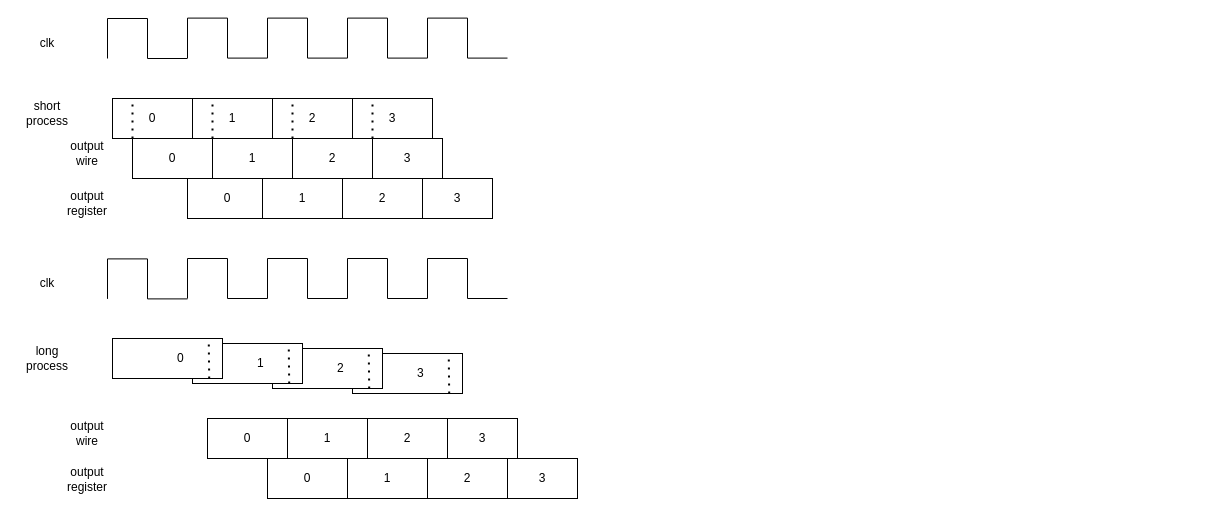
Before: page "Ilustrasi register" (4 of 4) of intelight.drawio in zulfikarna/intelight, a draw.io diagram. Source tidied: cells renumbered, new cells numbered last; positions are measured from the earlier drawing's top-left corner, leaving out a move shared by most shapes. Both pictures are drawn from the tidied source at 100%, with x=0, y=0 at pixel (17, 18).
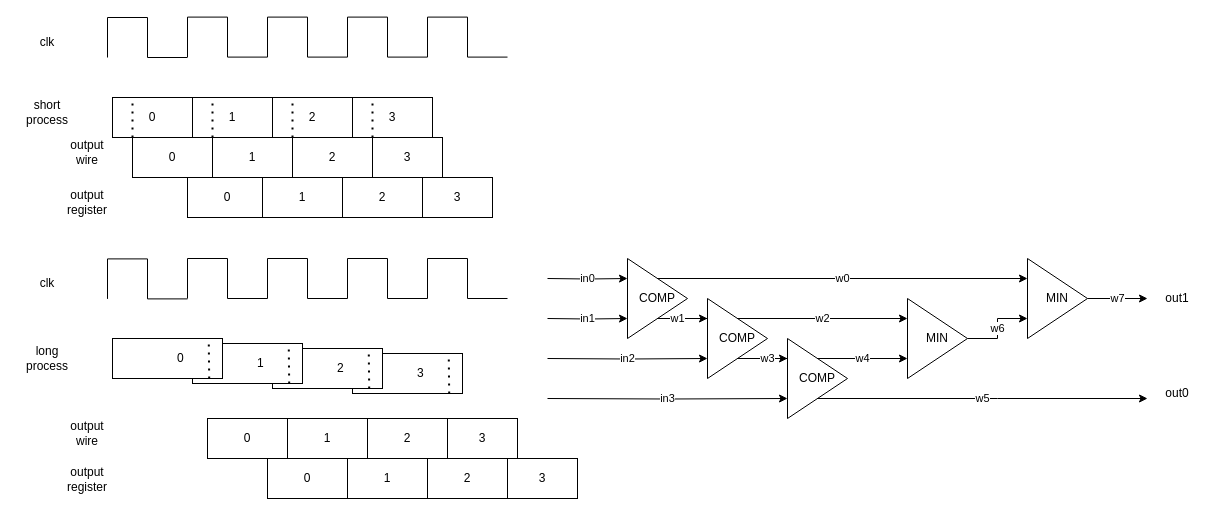
The same page after the edit.

What changed in the source:
```diff
@@
     <mxCell id="5" value="clk" style="text;html=1;strokeColor=none;fillColor=none;align=center;verticalAlign=middle;whiteSpace=wrap;rounded=0;" parent="1" vertex="1">
-      <mxGeometry y="10" width="60" height="30" as="geometry" />
+      <mxGeometry y="9" width="60" height="30" as="geometry" />
     </mxCell>
     <mxCell id="6" style="endArrow=none;html=1;rounded=0;" parent="1" edge="1">
       <mxGeometry relative="1" as="geometry">
-        <mxPoint x="90" y="40" as="sourcePoint" />
-        <mxPoint x="90" as="targetPoint" />
+        <mxPoint x="90" y="39" as="sourcePoint" />
+        <mxPoint x="90" y="-1" as="targetPoint" />
       </mxGeometry>
     </mxCell>
     <mxCell id="7" style="endArrow=none;html=1;rounded=0;" parent="1" edge="1">
       <mxGeometry relative="1" as="geometry">
-        <mxPoint x="90" as="sourcePoint" />
-        <mxPoint x="130" as="targetPoint" />
+        <mxPoint x="90" y="-1" as="sourcePoint" />
+        <mxPoint x="130" y="-1" as="targetPoint" />
       </mxGeometry>
     </mxCell>
     <mxCell id="8" style="endArrow=none;html=1;rounded=0;" parent="1" edge="1">
       <mxGeometry relative="1" as="geometry">
-        <mxPoint x="130" y="40" as="sourcePoint" />
-        <mxPoint x="130" as="targetPoint" />
+        <mxPoint x="130" y="39" as="sourcePoint" />
+        <mxPoint x="130" y="-1" as="targetPoint" />
       </mxGeometry>
     </mxCell>
     <mxCell id="9" style="endArrow=none;html=1;rounded=0;" parent="1" edge="1">
       <mxGeometry relative="1" as="geometry">
-        <mxPoint x="130" y="40" as="sourcePoint" />
-        <mxPoint x="170" y="40" as="targetPoint" />
+        <mxPoint x="130" y="39" as="sourcePoint" />
+        <mxPoint x="170" y="39" as="targetPoint" />
       </mxGeometry>
     </mxCell>
     <mxCell id="10" style="endArrow=none;html=1;rounded=0;" parent="1" edge="1">
       <mxGeometry relative="1" as="geometry">
-        <mxPoint x="170" y="39.6" as="sourcePoint" />
-        <mxPoint x="170" y="-0.4" as="targetPoint" />
+        <mxPoint x="170" y="38.6" as="sourcePoint" />
+        <mxPoint x="170" y="-1.4" as="targetPoint" />
       </mxGeometry>
     </mxCell>
     <mxCell id="11" style="endArrow=none;html=1;rounded=0;" parent="1" edge="1">
       <mxGeometry relative="1" as="geometry">
-        <mxPoint x="170" y="-0.4" as="sourcePoint" />
-        <mxPoint x="210" y="-0.4" as="targetPoint" />
+        <mxPoint x="170" y="-1.4" as="sourcePoint" />
+        <mxPoint x="210" y="-1.4" as="targetPoint" />
       </mxGeometry>
     </mxCell>
     <mxCell id="12" style="endArrow=none;html=1;rounded=0;" parent="1" edge="1">
       <mxGeometry relative="1" as="geometry">
-        <mxPoint x="210" y="39.6" as="sourcePoint" />
-        <mxPoint x="210" y="-0.4" as="targetPoint" />
+        <mxPoint x="210" y="38.6" as="sourcePoint" />
+        <mxPoint x="210" y="-1.4" as="targetPoint" />
       </mxGeometry>
     </mxCell>
     <mxCell id="13" style="endArrow=none;html=1;rounded=0;" parent="1" edge="1">
       <mxGeometry relative="1" as="geometry">
-        <mxPoint x="210" y="39.6" as="sourcePoint" />
-        <mxPoint x="250" y="39.6" as="targetPoint" />
+        <mxPoint x="210" y="38.6" as="sourcePoint" />
+        <mxPoint x="250" y="38.6" as="targetPoint" />
       </mxGeometry>
     </mxCell>
     <mxCell id="14" style="endArrow=none;html=1;rounded=0;" parent="1" edge="1">
       <mxGeometry relative="1" as="geometry">
-        <mxPoint x="250" y="39.6" as="sourcePoint" />
-        <mxPoint x="250" y="-0.4" as="targetPoint" />
+        <mxPoint x="250" y="38.6" as="sourcePoint" />
+        <mxPoint x="250" y="-1.4" as="targetPoint" />
       </mxGeometry>
     </mxCell>
     <mxCell id="15" style="endArrow=none;html=1;rounded=0;" parent="1" edge="1">
       <mxGeometry relative="1" as="geometry">
-        <mxPoint x="250" y="-0.4" as="sourcePoint" />
-        <mxPoint x="290" y="-0.4" as="targetPoint" />
+        <mxPoint x="250" y="-1.4" as="sourcePoint" />
+        <mxPoint x="290" y="-1.4" as="targetPoint" />
       </mxGeometry>
     </mxCell>
     <mxCell id="16" style="endArrow=none;html=1;rounded=0;" parent="1" edge="1">
       <mxGeometry relative="1" as="geometry">
-        <mxPoint x="290" y="39.6" as="sourcePoint" />
-        <mxPoint x="290" y="-0.4" as="targetPoint" />
+        <mxPoint x="290" y="38.6" as="sourcePoint" />
+        <mxPoint x="290" y="-1.4" as="targetPoint" />
       </mxGeometry>
     </mxCell>
     <mxCell id="17" style="endArrow=none;html=1;rounded=0;" parent="1" edge="1">
       <mxGeometry relative="1" as="geometry">
-        <mxPoint x="290" y="39.6" as="sourcePoint" />
-        <mxPoint x="330" y="39.6" as="targetPoint" />
+        <mxPoint x="290" y="38.6" as="sourcePoint" />
+        <mxPoint x="330" y="38.6" as="targetPoint" />
       </mxGeometry>
     </mxCell>
     <mxCell id="18" style="endArrow=none;html=1;rounded=0;" parent="1" edge="1">
       <mxGeometry relative="1" as="geometry">
-        <mxPoint x="330" y="39.6" as="sourcePoint" />
-        <mxPoint x="330" y="-0.4" as="targetPoint" />
+        <mxPoint x="330" y="38.6" as="sourcePoint" />
+        <mxPoint x="330" y="-1.4" as="targetPoint" />
       </mxGeometry>
     </mxCell>
     <mxCell id="19" style="endArrow=none;html=1;rounded=0;" parent="1" edge="1">
       <mxGeometry relative="1" as="geometry">
-        <mxPoint x="330" y="-0.4" as="sourcePoint" />
-        <mxPoint x="370" y="-0.4" as="targetPoint" />
+        <mxPoint x="330" y="-1.4" as="sourcePoint" />
+        <mxPoint x="370" y="-1.4" as="targetPoint" />
       </mxGeometry>
     </mxCell>
     <mxCell id="20" style="endArrow=none;html=1;rounded=0;" parent="1" edge="1">
       <mxGeometry relative="1" as="geometry">
-        <mxPoint x="370" y="39.6" as="sourcePoint" />
-        <mxPoint x="370" y="-0.4" as="targetPoint" />
+        <mxPoint x="370" y="38.6" as="sourcePoint" />
+        <mxPoint x="370" y="-1.4" as="targetPoint" />
       </mxGeometry>
     </mxCell>
     <mxCell id="21" style="endArrow=none;html=1;rounded=0;" parent="1" edge="1">
       <mxGeometry relative="1" as="geometry">
-        <mxPoint x="370" y="39.6" as="sourcePoint" />
-        <mxPoint x="410" y="39.6" as="targetPoint" />
+        <mxPoint x="370" y="38.6" as="sourcePoint" />
+        <mxPoint x="410" y="38.6" as="targetPoint" />
       </mxGeometry>
     </mxCell>
     <mxCell id="22" value="short&lt;br&gt;process" style="text;html=1;strokeColor=none;fillColor=none;align=center;verticalAlign=middle;whiteSpace=wrap;rounded=0;" parent="1" vertex="1">
-      <mxGeometry y="80" width="60" height="30" as="geometry" />
+      <mxGeometry y="79" width="60" height="30" as="geometry" />
     </mxCell>
     <mxCell id="23" value="0" style="rounded=0;whiteSpace=wrap;html=1;" parent="1" vertex="1">
-      <mxGeometry x="95" y="80" width="80" height="40" as="geometry" />
+      <mxGeometry x="95" y="79" width="80" height="40" as="geometry" />
     </mxCell>
     <mxCell id="24" value="output&lt;br&gt;wire" style="text;html=1;strokeColor=none;fillColor=none;align=center;verticalAlign=middle;whiteSpace=wrap;rounded=0;" parent="1" vertex="1">
-      <mxGeometry x="40" y="120" width="60" height="30" as="geometry" />
+      <mxGeometry x="40" y="119" width="60" height="30" as="geometry" />
     </mxCell>
     <mxCell id="25" value="0" style="rounded=0;whiteSpace=wrap;html=1;" parent="1" vertex="1">
-      <mxGeometry x="115" y="120" width="80" height="40" as="geometry" />
+      <mxGeometry x="115" y="119" width="80" height="40" as="geometry" />
     </mxCell>
     <mxCell id="26" value="1" style="rounded=0;whiteSpace=wrap;html=1;" parent="1" vertex="1">
-      <mxGeometry x="195" y="120" width="80" height="40" as="geometry" />
+      <mxGeometry x="195" y="119" width="80" height="40" as="geometry" />
     </mxCell>
     <mxCell id="27" value="2" style="rounded=0;whiteSpace=wrap;html=1;" parent="1" vertex="1">
-      <mxGeometry x="275" y="120" width="80" height="40" as="geometry" />
+      <mxGeometry x="275" y="119" width="80" height="40" as="geometry" />
     </mxCell>
     <mxCell id="28" value="3" style="rounded=0;whiteSpace=wrap;html=1;" parent="1" vertex="1">
-      <mxGeometry x="355" y="120" width="70" height="40" as="geometry" />
+      <mxGeometry x="355" y="119" width="70" height="40" as="geometry" />
     </mxCell>
     <mxCell id="29" value="output register" style="text;html=1;strokeColor=none;fillColor=none;align=center;verticalAlign=middle;whiteSpace=wrap;rounded=0;" parent="1" vertex="1">
-      <mxGeometry x="40" y="170" width="60" height="30" as="geometry" />
+      <mxGeometry x="40" y="169" width="60" height="30" as="geometry" />
     </mxCell>
@@
     <mxCell id="31" value="1" style="rounded=0;whiteSpace=wrap;html=1;" parent="1" vertex="1">
-      <mxGeometry x="175" y="80" width="80" height="40" as="geometry" />
+      <mxGeometry x="175" y="79" width="80" height="40" as="geometry" />
     </mxCell>
@@
     <mxCell id="33" value="2" style="rounded=0;whiteSpace=wrap;html=1;" parent="1" vertex="1">
-      <mxGeometry x="255" y="80" width="80" height="40" as="geometry" />
+      <mxGeometry x="255" y="79" width="80" height="40" as="geometry" />
     </mxCell>
@@
     <mxCell id="35" value="3" style="rounded=0;whiteSpace=wrap;html=1;" parent="1" vertex="1">
-      <mxGeometry x="335" y="80" width="80" height="40" as="geometry" />
+      <mxGeometry x="335" y="79" width="80" height="40" as="geometry" />
     </mxCell>
@@
     <mxCell id="37" value="0" style="rounded=0;whiteSpace=wrap;html=1;" parent="1" vertex="1">
-      <mxGeometry x="170" y="160" width="80" height="40" as="geometry" />
+      <mxGeometry x="170" y="159" width="80" height="40" as="geometry" />
     </mxCell>
     <mxCell id="38" value="1" style="rounded=0;whiteSpace=wrap;html=1;" parent="1" vertex="1">
-      <mxGeometry x="245" y="160" width="80" height="40" as="geometry" />
+      <mxGeometry x="245" y="159" width="80" height="40" as="geometry" />
     </mxCell>
     <mxCell id="39" value="2" style="rounded=0;whiteSpace=wrap;html=1;" parent="1" vertex="1">
-      <mxGeometry x="325" y="160" width="80" height="40" as="geometry" />
+      <mxGeometry x="325" y="159" width="80" height="40" as="geometry" />
     </mxCell>
     <mxCell id="40" value="3" style="rounded=0;whiteSpace=wrap;html=1;" parent="1" vertex="1">
-      <mxGeometry x="405" y="160" width="70" height="40" as="geometry" />
+      <mxGeometry x="405" y="159" width="70" height="40" as="geometry" />
     </mxCell>
     <mxCell id="41" style="endArrow=none;html=1;rounded=0;" parent="1" edge="1">
       <mxGeometry relative="1" as="geometry">
-        <mxPoint x="410" y="39.6" as="sourcePoint" />
-        <mxPoint x="410" y="-0.4" as="targetPoint" />
+        <mxPoint x="410" y="38.6" as="sourcePoint" />
+        <mxPoint x="410" y="-1.4" as="targetPoint" />
       </mxGeometry>
     </mxCell>
     <mxCell id="42" style="endArrow=none;html=1;rounded=0;" parent="1" edge="1">
       <mxGeometry relative="1" as="geometry">
-        <mxPoint x="410" y="-0.4" as="sourcePoint" />
-        <mxPoint x="450" y="-0.4" as="targetPoint" />
+        <mxPoint x="410" y="-1.4" as="sourcePoint" />
+        <mxPoint x="450" y="-1.4" as="targetPoint" />
       </mxGeometry>
     </mxCell>
     <mxCell id="43" style="endArrow=none;html=1;rounded=0;" parent="1" edge="1">
       <mxGeometry relative="1" as="geometry">
-        <mxPoint x="450" y="39.6" as="sourcePoint" />
-        <mxPoint x="450" y="-0.4" as="targetPoint" />
+        <mxPoint x="450" y="38.6" as="sourcePoint" />
+        <mxPoint x="450" y="-1.4" as="targetPoint" />
       </mxGeometry>
     </mxCell>
     <mxCell id="44" style="endArrow=none;html=1;rounded=0;" parent="1" edge="1">
       <mxGeometry relative="1" as="geometry">
-        <mxPoint x="450" y="39.6" as="sourcePoint" />
-        <mxPoint x="490" y="39.6" as="targetPoint" />
+        <mxPoint x="450" y="38.6" as="sourcePoint" />
+        <mxPoint x="490" y="38.6" as="targetPoint" />
       </mxGeometry>
     </mxCell>
@@
+    <mxCell id="82" value="w1" style="edgeStyle=orthogonalEdgeStyle;rounded=0;jettySize=auto;html=1;entryX=0;entryY=0.25;entryDx=0;entryDy=0;exitX=0.5;exitY=1;exitDx=0;exitDy=0;" parent="1" edge="1" source="84" target="89">
+      <mxGeometry x="-0.56" relative="1" as="geometry" />
+    </mxCell>
+    <mxCell id="83" value="w0" style="edgeStyle=orthogonalEdgeStyle;rounded=0;jettySize=auto;html=1;exitX=0.5;exitY=0;exitDx=0;exitDy=0;entryX=0;entryY=0.25;entryDx=0;entryDy=0;" parent="1" edge="1" source="84" target="98">
+      <mxGeometry relative="1" as="geometry" />
+    </mxCell>
+    <mxCell id="84" value="COMP" style="triangle;whiteSpace=wrap;html=1;" parent="1" vertex="1">
+      <mxGeometry x="610" y="240" width="60" height="80" as="geometry" />
+    </mxCell>
+    <mxCell id="85" value="in0" style="edgeStyle=orthogonalEdgeStyle;rounded=0;jettySize=auto;html=1;entryX=0;entryY=0.25;entryDx=0;entryDy=0;" parent="1" edge="1" target="84">
+      <mxGeometry relative="1" as="geometry">
+        <mxPoint x="530" y="260" as="sourcePoint" />
+      </mxGeometry>
+    </mxCell>
+    <mxCell id="86" value="in1" style="edgeStyle=orthogonalEdgeStyle;rounded=0;jettySize=auto;html=1;entryX=0;entryY=0.75;entryDx=0;entryDy=0;" parent="1" edge="1" target="84">
+      <mxGeometry relative="1" as="geometry">
+        <mxPoint x="530" y="300" as="sourcePoint" />
+      </mxGeometry>
+    </mxCell>
+    <mxCell id="87" value="w3" style="edgeStyle=orthogonalEdgeStyle;rounded=0;jettySize=auto;html=1;entryX=0;entryY=0.25;entryDx=0;entryDy=0;exitX=0.5;exitY=1;exitDx=0;exitDy=0;" parent="1" edge="1" source="89" target="93">
+      <mxGeometry x="0.56" relative="1" as="geometry" />
+    </mxCell>
+    <mxCell id="88" value="w2" style="edgeStyle=orthogonalEdgeStyle;rounded=0;jettySize=auto;html=1;entryX=0;entryY=0.25;entryDx=0;entryDy=0;exitX=0.5;exitY=0;exitDx=0;exitDy=0;" parent="1" edge="1" source="89" target="96">
+      <mxGeometry relative="1" as="geometry" />
+    </mxCell>
+    <mxCell id="89" value="COMP" style="triangle;whiteSpace=wrap;html=1;" parent="1" vertex="1">
+      <mxGeometry x="690" y="280" width="60" height="80" as="geometry" />
+    </mxCell>
+    <mxCell id="90" value="in2" style="edgeStyle=orthogonalEdgeStyle;rounded=0;jettySize=auto;html=1;entryX=0;entryY=0.75;entryDx=0;entryDy=0;" parent="1" edge="1" target="89">
+      <mxGeometry relative="1" as="geometry">
+        <mxPoint x="530" y="340" as="sourcePoint" />
+      </mxGeometry>
+    </mxCell>
+    <mxCell id="91" value="w4" style="edgeStyle=orthogonalEdgeStyle;rounded=0;jettySize=auto;html=1;entryX=0;entryY=0.75;entryDx=0;entryDy=0;exitX=0.5;exitY=0;exitDx=0;exitDy=0;" parent="1" edge="1" source="93" target="96">
+      <mxGeometry relative="1" as="geometry" />
+    </mxCell>
+    <mxCell id="92" value="w5" style="edgeStyle=orthogonalEdgeStyle;rounded=0;jettySize=auto;html=1;exitX=0.5;exitY=1;exitDx=0;exitDy=0;" parent="1" edge="1" source="93">
+      <mxGeometry relative="1" as="geometry">
+        <mxPoint x="1130" y="380" as="targetPoint" />
+      </mxGeometry>
+    </mxCell>
+    <mxCell id="93" value="COMP" style="triangle;whiteSpace=wrap;html=1;" parent="1" vertex="1">
+      <mxGeometry x="770" y="320" width="60" height="80" as="geometry" />
+    </mxCell>
+    <mxCell id="94" value="in3" style="edgeStyle=orthogonalEdgeStyle;rounded=0;jettySize=auto;html=1;entryX=0;entryY=0.75;entryDx=0;entryDy=0;" parent="1" edge="1" target="93">
+      <mxGeometry relative="1" as="geometry">
+        <mxPoint x="530" y="380" as="sourcePoint" />
+      </mxGeometry>
+    </mxCell>
+    <mxCell id="95" value="w6" style="edgeStyle=orthogonalEdgeStyle;rounded=0;jettySize=auto;html=1;entryX=0;entryY=0.75;entryDx=0;entryDy=0;" parent="1" edge="1" source="96" target="98">
+      <mxGeometry relative="1" as="geometry" />
+    </mxCell>
+    <mxCell id="96" value="MIN" style="triangle;whiteSpace=wrap;html=1;" parent="1" vertex="1">
+      <mxGeometry x="890" y="280" width="60" height="80" as="geometry" />
+    </mxCell>
+    <mxCell id="97" value="w7" style="edgeStyle=orthogonalEdgeStyle;rounded=0;jettySize=auto;html=1;" parent="1" edge="1" source="98">
+      <mxGeometry relative="1" as="geometry">
+        <mxPoint x="1130" y="280" as="targetPoint" />
+      </mxGeometry>
+    </mxCell>
+    <mxCell id="98" value="MIN" style="triangle;whiteSpace=wrap;html=1;" parent="1" vertex="1">
+      <mxGeometry x="1010" y="240" width="60" height="80" as="geometry" />
+    </mxCell>
+    <mxCell id="99" value="out0" style="text;html=1;strokeColor=none;fillColor=none;align=center;verticalAlign=middle;whiteSpace=wrap;rounded=0;" parent="1" vertex="1">
+      <mxGeometry x="1130" y="360" width="60" height="30" as="geometry" />
+    </mxCell>
+    <mxCell id="100" value="out1" style="text;html=1;strokeColor=none;fillColor=none;align=center;verticalAlign=middle;whiteSpace=wrap;rounded=0;" parent="1" vertex="1">
+      <mxGeometry x="1130" y="265" width="60" height="30" as="geometry" />
+    </mxCell>
```
